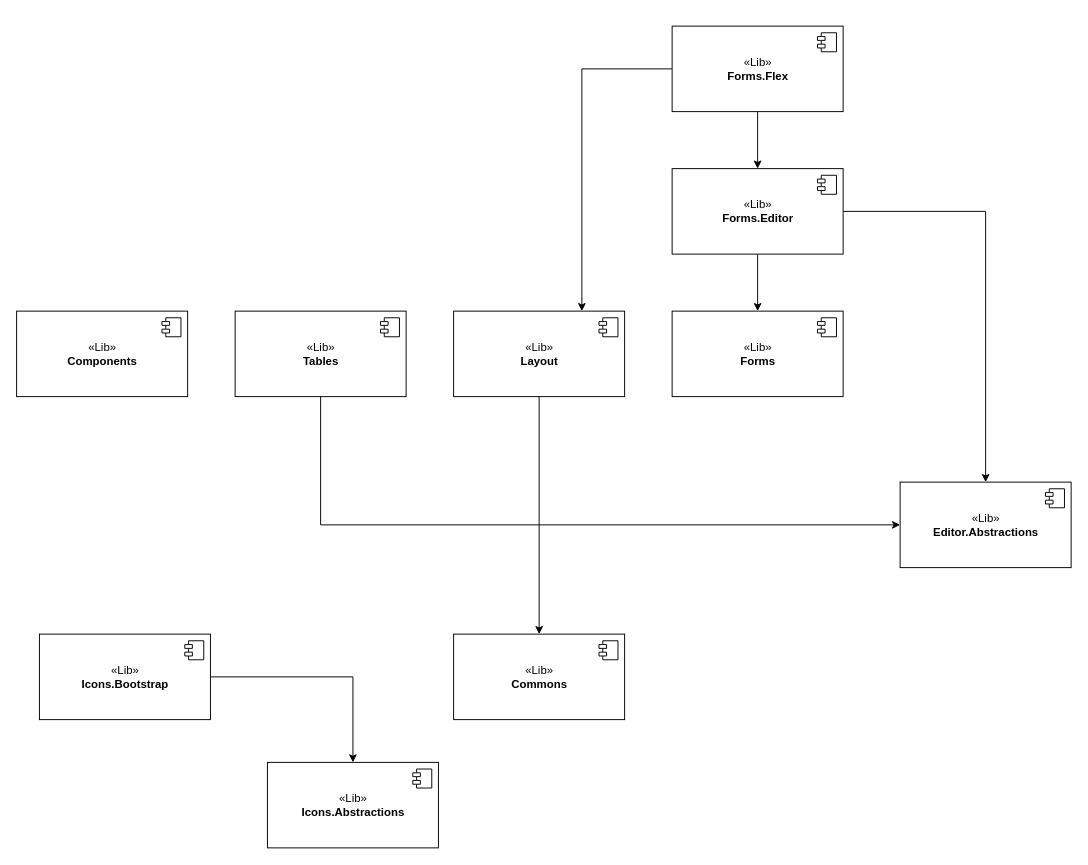
Above: diagrams/Components.drawio in Royal-Code/Yasamen (draw.io), before the change. Source tidied: cells renumbered, new cells numbered last; positions are measured from the earlier drawing's top-left corner, leaving out a move shared by most shapes. Both pictures are drawn from the tidied source at 95%, with x=0, y=0 at pixel (16, 26).
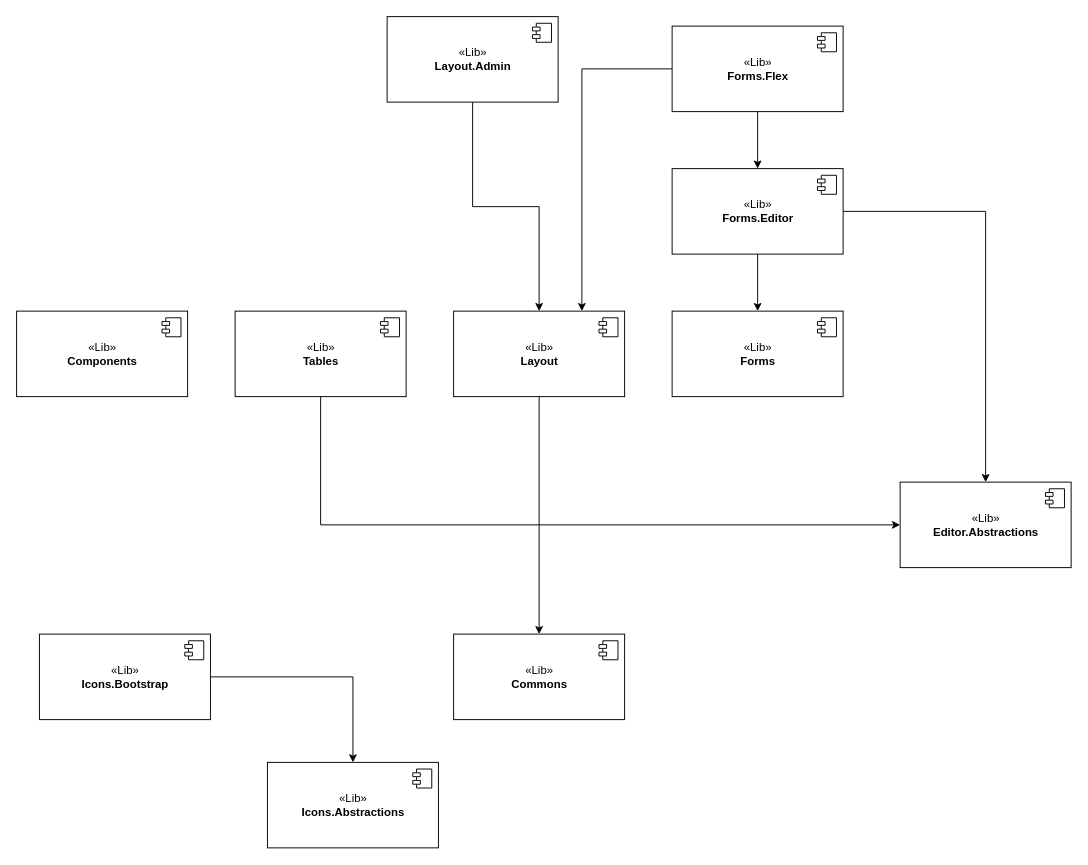
After the change.

The change refers to these unchanged cells:
```xml
<mxCell id="3" value="«Lib»&lt;br&gt;&lt;b&gt;Layout&lt;/b&gt;" style="html=1;" parent="1" vertex="1">
  <mxGeometry x="460" y="300" width="180" height="90" as="geometry" />
</mxCell>
```

The edit, as a diff of the source:
```diff
@@
+    <mxCell id="29" style="edgeStyle=orthogonalEdgeStyle;rounded=0;jettySize=auto;html=1;entryX=0.5;entryY=0;entryDx=0;entryDy=0;" parent="1" edge="1" source="30" target="3">
+      <mxGeometry relative="1" as="geometry" />
+    </mxCell>
+    <mxCell id="30" value="«Lib»&lt;br&gt;&lt;b&gt;Layout.Admin&lt;/b&gt;" style="html=1;" parent="1" vertex="1">
+      <mxGeometry x="390" y="-10" width="180" height="90" as="geometry" />
+    </mxCell>
+    <mxCell id="31" style="shape=module;jettyWidth=8;jettyHeight=4;" parent="30" vertex="1">
+      <mxGeometry x="1" width="20" height="20" relative="1" as="geometry">
+        <mxPoint x="-27" y="7" as="offset" />
+      </mxGeometry>
+    </mxCell>
```
